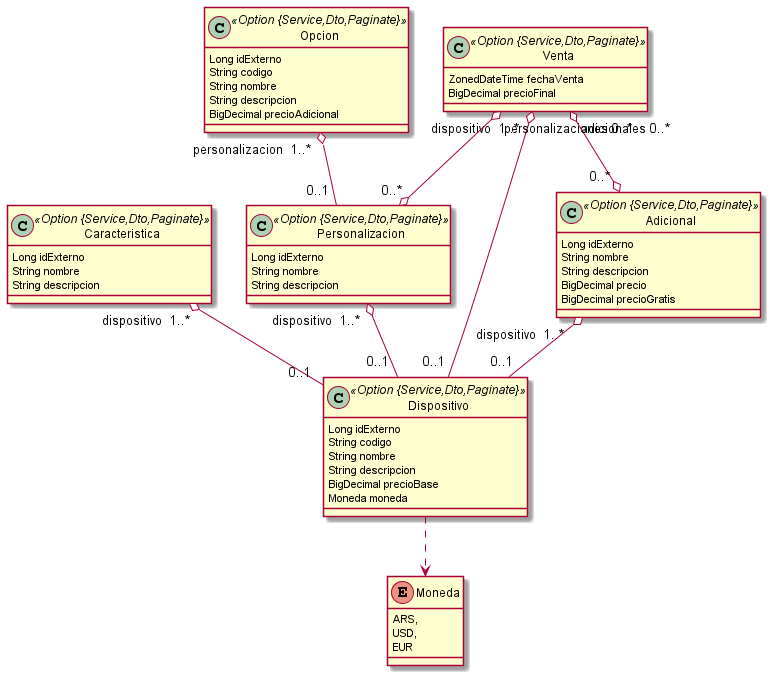
franespinola/Programacion2_JDL keeps this PlantUML diagram as Jhipster-jdl.png. Above is the earlier version.
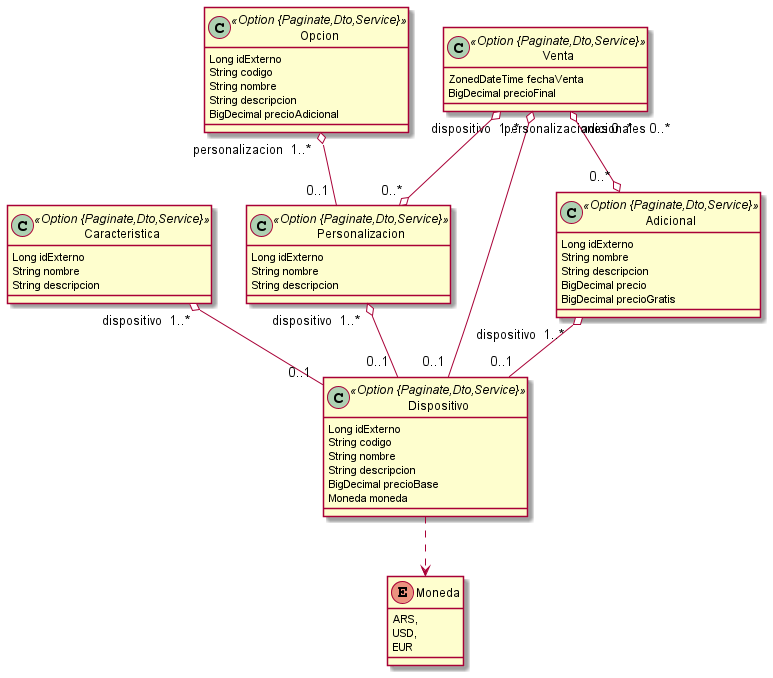
After the change.

What changed in the source:
```diff
@@ -1,6 +1,6 @@
 @startuml
 	!pragma syntax class
-	class Dispositivo <<Option {Service,Dto,Paginate}>> {
+	class Dispositivo <<Option {Paginate,Dto,Service}>> {
 		Long idExterno
 		String codigo
 		String nombre
@@ -9,31 +9,31 @@
 		Moneda moneda
 	}
 	Dispositivo ..> Moneda
-	class Caracteristica <<Option {Service,Dto,Paginate}>> {
+	class Caracteristica <<Option {Paginate,Dto,Service}>> {
 		Long idExterno
 		String nombre
 		String descripcion
 	}
-	class Personalizacion <<Option {Service,Dto,Paginate}>> {
+	class Personalizacion <<Option {Paginate,Dto,Service}>> {
 		Long idExterno
 		String nombre
 		String descripcion
 	}
-	class Opcion <<Option {Service,Dto,Paginate}>> {
+	class Opcion <<Option {Paginate,Dto,Service}>> {
 		Long idExterno
 		String codigo
 		String nombre
 		String descripcion
 		BigDecimal precioAdicional
 	}
-	class Adicional <<Option {Service,Dto,Paginate}>> {
+	class Adicional <<Option {Paginate,Dto,Service}>> {
 		Long idExterno
 		String nombre
 		String descripcion
 		BigDecimal precio
 		BigDecimal precioGratis
 	}
-	class Venta <<Option {Service,Dto,Paginate}>> {
+	class Venta <<Option {Paginate,Dto,Service}>> {
 		ZonedDateTime fechaVenta
 		BigDecimal precioFinal
 	}
```
